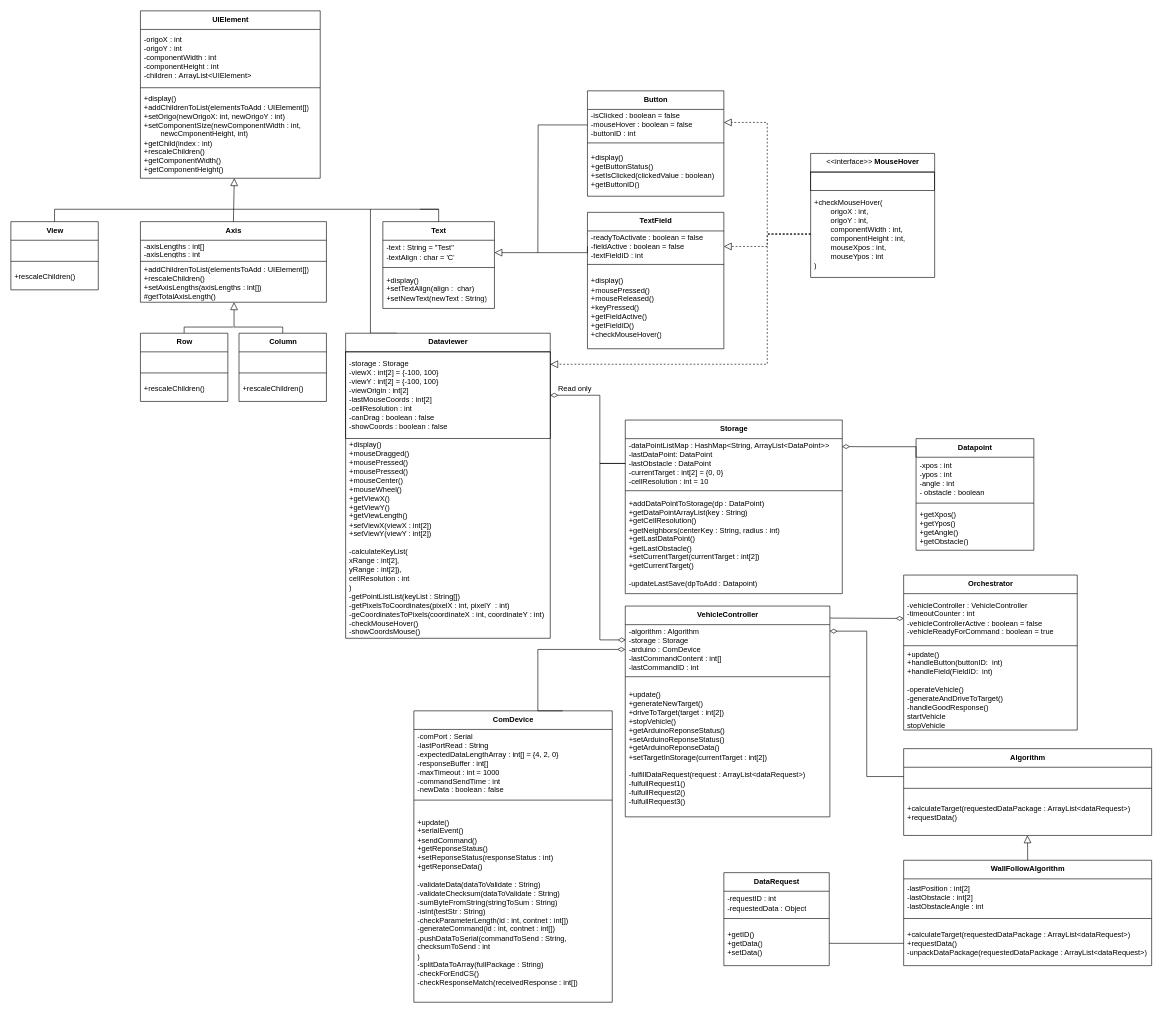
Jako0402/Eksamensprojekt-elteknik keeps this draw.io diagram as page "UML" (4 of 4) of Andet/eksamensprojekt.drawio. Above is the earlier version. Source tidied: cells renumbered, new cells numbered last; positions are measured from the earlier drawing's top-left corner, leaving out a move shared by most shapes. Both pictures are drawn from the tidied source at 62%, with x=0, y=0 at pixel (11, 11).
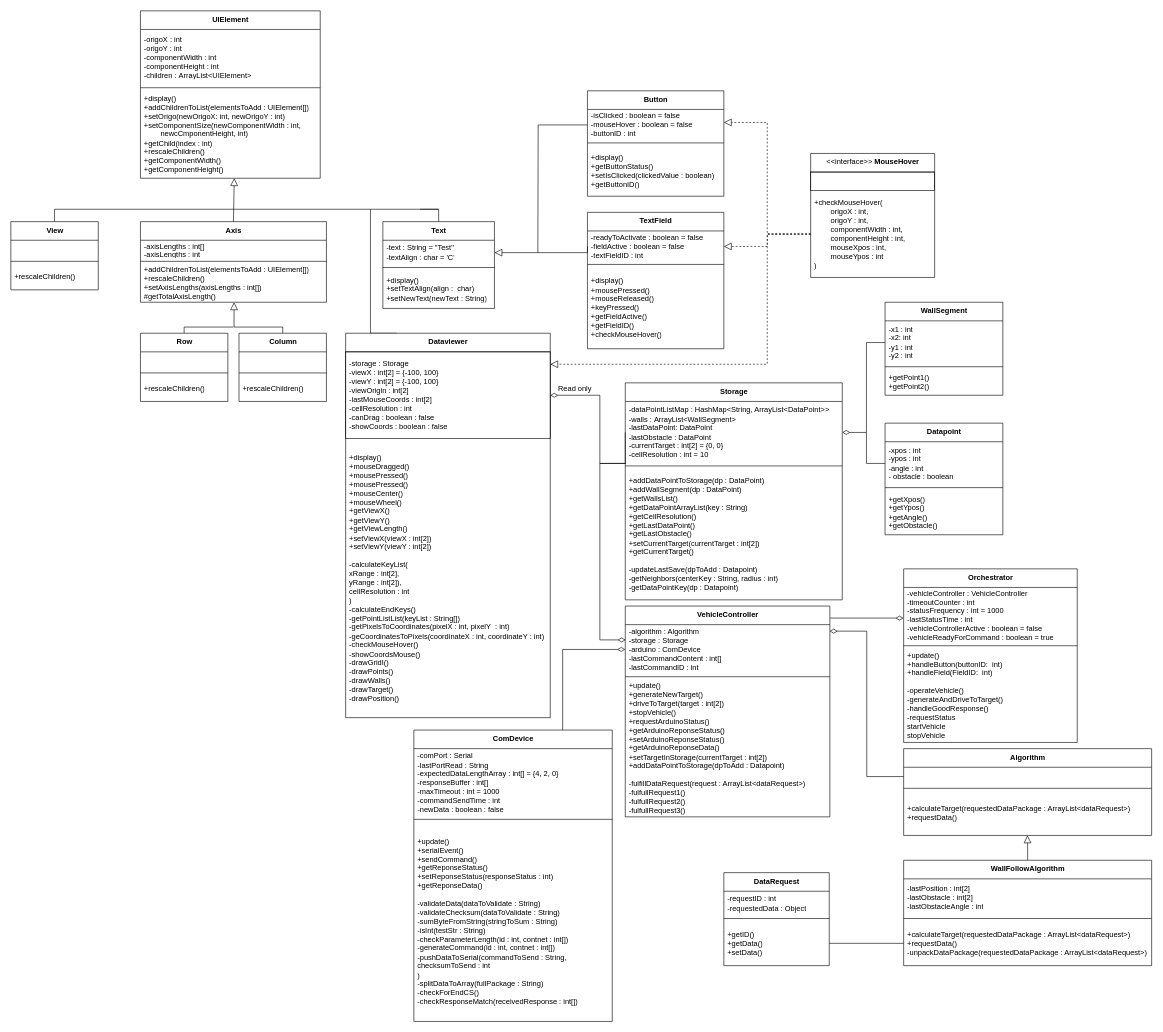
The same diagram, later.

Unchanged cells that the change refers to:
```xml
<mxCell id="45" value="-storage : Storage&lt;br&gt;-viewX : int[2] = {-100, 100}&lt;br&gt;-viewY : int[2] = {-100, 100}&lt;br&gt;-viewOrigin : int[2]&lt;br&gt;-lastMouseCoords : int[2]&lt;br&gt;-cellResolution : int&lt;br&gt;-canDrag : boolean : false&lt;br&gt;-showCoords : boolean : false" style="text;html=1;strokeColor=default;fillColor=none;align=left;verticalAlign=middle;spacingLeft=4;spacingRight=4;overflow=hidden;points=[[0,0.5],[1,0.5]];portConstraint=eastwest;" parent="44" vertex="1">
  <mxGeometry y="30" width="330" height="140" as="geometry" />
</mxCell>
<mxCell id="48" value="&lt;b&gt;VehicleController&lt;/b&gt;" style="swimlane;fontStyle=0;align=center;verticalAlign=top;horizontal=1;startSize=30;html=1;" parent="1" vertex="1">
  <mxGeometry x="991" y="960" width="330" height="340" as="geometry" />
</mxCell>
<mxCell id="49" value="-algorithm : Algorithm&lt;br&gt;-storage : Storage&lt;br&gt;-arduino : ComDevice&lt;br&gt;-lastCommandContent : int[]&lt;br&gt;-lastCommandID : int" style="text;html=1;strokeColor=none;fillColor=none;align=left;verticalAlign=middle;spacingLeft=4;spacingRight=4;overflow=hidden;points=[[0,0.5],[1,0.5]];portConstraint=eastwest;" parent="48" vertex="1">
  <mxGeometry y="30" width="330" height="80" as="geometry" />
</mxCell>
<mxCell id="60" value="-xpos : int&lt;br&gt;-ypos : int&lt;br&gt;-angle : int&lt;br&gt;-&amp;nbsp;obstacle : boolean" style="text;html=1;strokeColor=none;fillColor=none;align=left;verticalAlign=middle;spacingLeft=4;spacingRight=4;overflow=hidden;points=[[0,0.5],[1,0.5]];portConstraint=eastwest;" parent="59" vertex="1">
  <mxGeometry y="30" width="190" height="70" as="geometry" />
</mxCell>
```

What changed in the source:
```diff
@@
     <mxCell id="39" value="&lt;b&gt;Orchestrator&lt;/b&gt;" style="swimlane;fontStyle=0;align=center;verticalAlign=top;horizontal=1;startSize=30;html=1;" parent="1" vertex="1">
-      <mxGeometry x="1440" y="910" width="280" height="250" as="geometry" />
+      <mxGeometry x="1440" y="900" width="280" height="280" as="geometry" />
     </mxCell>
-    <mxCell id="40" value="-vehicleController : VehicleController&lt;br&gt;-timeoutCounter : int&lt;br&gt;-vehicleControllerActive : boolean = false&lt;br&gt;-vehicleReadyForCommand : boolean = true" style="text;html=1;strokeColor=none;fillColor=none;align=left;verticalAlign=middle;spacingLeft=4;spacingRight=4;overflow=hidden;points=[[0,0.5],[1,0.5]];portConstraint=eastwest;" parent="39" vertex="1">
-      <mxGeometry y="30" width="280" height="80" as="geometry" />
+    <mxCell id="40" value="-vehicleController : VehicleController&lt;br&gt;-timeoutCounter : int&lt;br&gt;-statusFrequency : int = 1000&lt;br&gt;-lastStatusTime : int&lt;br&gt;-vehicleControllerActive : boolean = false&lt;br&gt;-vehicleReadyForCommand : boolean = true" style="text;html=1;strokeColor=none;fillColor=none;align=left;verticalAlign=middle;spacingLeft=4;spacingRight=4;overflow=hidden;points=[[0,0.5],[1,0.5]];portConstraint=eastwest;" parent="39" vertex="1">
+      <mxGeometry y="30" width="280" height="90" as="geometry" />
     </mxCell>
     <mxCell id="41" style="line;strokeWidth=1;fillColor=none;align=left;verticalAlign=middle;spacingTop=-1;spacingLeft=3;spacingRight=3;labelPosition=right;" parent="39" vertex="1">
-      <mxGeometry y="110" width="280" height="8" as="geometry" />
+      <mxGeometry y="120" width="280" height="8" as="geometry" />
     </mxCell>
-    <mxCell id="42" value="+update()&lt;br&gt;+handleButton(buttonID:&amp;nbsp; int)&lt;br&gt;+handleField(FieldID:&amp;nbsp; int)&lt;br&gt;&lt;br&gt;-operateVehicle()&lt;br&gt;-generateAndDriveToTarget()&lt;br&gt;-handleGoodResponse()&lt;br&gt;startVehicle&lt;br&gt;stopVehicle" style="text;html=1;strokeColor=none;fillColor=none;align=left;verticalAlign=middle;spacingLeft=4;spacingRight=4;overflow=hidden;" parent="39" vertex="1">
-      <mxGeometry y="118" width="280" height="132" as="geometry" />
+    <mxCell id="42" value="+update()&lt;br&gt;+handleButton(buttonID:&amp;nbsp; int)&lt;br&gt;+handleField(FieldID:&amp;nbsp; int)&lt;br&gt;&lt;br&gt;-operateVehicle()&lt;br&gt;-generateAndDriveToTarget()&lt;br&gt;-handleGoodResponse()&lt;br&gt;-requestStatus&lt;br&gt;startVehicle&lt;br&gt;stopVehicle" style="text;html=1;strokeColor=none;fillColor=none;align=left;verticalAlign=middle;spacingLeft=4;spacingRight=4;overflow=hidden;" parent="39" vertex="1">
+      <mxGeometry y="128" width="280" height="152" as="geometry" />
     </mxCell>
@@
     <mxCell id="44" value="&lt;b&gt;Dataviewer&lt;/b&gt;" style="swimlane;fontStyle=0;align=center;verticalAlign=top;horizontal=1;startSize=30;html=1;" parent="1" vertex="1">
-      <mxGeometry x="540" y="520" width="330" height="492" as="geometry" />
+      <mxGeometry x="540" y="520" width="330" height="620" as="geometry" />
     </mxCell>
@@
-    <mxCell id="46" value="+display()&lt;br&gt;+mouseDragged()&lt;br&gt;+mousePressed()&lt;br&gt;+mousePressed()&lt;br&gt;+mouseCenter()&lt;br&gt;+mouseWheel()&lt;br&gt;+getViewX()&lt;br&gt;+getViewY()&lt;br&gt;+getViewLength()&lt;br&gt;+setViewX(viewX : int[2])&lt;br&gt;+setViewY(viewY : int[2])&lt;br&gt;&lt;br&gt;-calculateKeyList(&lt;br&gt;&lt;span&gt;&#9;&lt;/span&gt;xRange : int[2], &lt;br&gt;&lt;span&gt;&#9;&lt;/span&gt;&lt;span&gt;&#9;&lt;/span&gt;&lt;span&gt;&#9;&lt;/span&gt;yRange : int[2]),&lt;br&gt;&lt;span&gt;&#9;&lt;/span&gt;&lt;span&gt;&#9;&lt;/span&gt;&lt;span&gt;&#9;&lt;/span&gt;cellResolution : int&lt;br&gt;)&lt;br&gt;-getPointListList(keyList : String[])&lt;br&gt;-getPixelsToCoordinates(pixelX : int, pixelY&amp;nbsp; : int)&lt;br&gt;-geCoordinatesToPixels(coordinateX : int, coordinateY : int)&lt;br&gt;-checkMouseHover()&lt;br&gt;-showCoordsMouse()" style="text;html=1;strokeColor=none;fillColor=none;align=left;verticalAlign=middle;spacingLeft=4;spacingRight=4;overflow=hidden;" parent="44" vertex="1">
-      <mxGeometry y="170" width="330" height="322" as="geometry" />
+    <mxCell id="46" value="+display()&lt;br&gt;+mouseDragged()&lt;br&gt;+mousePressed()&lt;br&gt;+mousePressed()&lt;br&gt;+mouseCenter()&lt;br&gt;+mouseWheel()&lt;br&gt;+getViewX()&lt;br&gt;+getViewY()&lt;br&gt;+getViewLength()&lt;br&gt;+setViewX(viewX : int[2])&lt;br&gt;+setViewY(viewY : int[2])&lt;br&gt;&lt;br&gt;-calculateKeyList(&lt;br&gt;&lt;span&gt;&#9;&lt;/span&gt;xRange : int[2], &lt;br&gt;&lt;span&gt;&#9;&lt;/span&gt;&lt;span&gt;&#9;&lt;/span&gt;&lt;span&gt;&#9;&lt;/span&gt;yRange : int[2]),&lt;br&gt;&lt;span&gt;&#9;&lt;/span&gt;&lt;span&gt;&#9;&lt;/span&gt;&lt;span&gt;&#9;&lt;/span&gt;cellResolution : int&lt;br&gt;)&lt;br&gt;-calculateEndKeys()&lt;br&gt;-getPointListList(keyList : String[])&lt;br&gt;-getPixelsToCoordinates(pixelX : int, pixelY&amp;nbsp; : int)&lt;br&gt;-geCoordinatesToPixels(coordinateX : int, coordinateY : int)&lt;br&gt;-checkMouseHover()&lt;br&gt;-showCoordsMouse()&lt;br&gt;-drawGridI()&lt;br&gt;-drawPoints()&lt;br&gt;-drawWalls()&lt;br&gt;-drawTarget()&lt;br&gt;-drawPosition()" style="text;html=1;strokeColor=none;fillColor=none;align=left;verticalAlign=middle;spacingLeft=4;spacingRight=4;overflow=hidden;" parent="44" vertex="1">
+      <mxGeometry y="170" width="330" height="450" as="geometry" />
     </mxCell>
@@
-    <mxCell id="51" value="+update()&lt;br&gt;+generateNewTarget()&lt;br&gt;+driveToTarget(target : int[2])&lt;br&gt;+stopVehicle()&lt;br&gt;+getArduinoReponseStatus()&lt;br&gt;+setArduinoReponseStatus()&lt;br&gt;+getArduinoReponseData()&lt;br&gt;+setTargetInStorage(currentTarget : int[2])&lt;br&gt;&lt;br&gt;-fulfillDataRequest(request : ArrayList&amp;lt;dataRequest&amp;gt;)&lt;br&gt;-fulfullRequest1()&lt;br&gt;-fulfullRequest2()&lt;br&gt;-fulfullRequest3()&lt;br&gt;" style="text;html=1;strokeColor=none;fillColor=none;align=left;verticalAlign=middle;spacingLeft=4;spacingRight=4;overflow=hidden;" parent="48" vertex="1">
+    <mxCell id="51" value="+update()&lt;br&gt;+generateNewTarget()&lt;br&gt;+driveToTarget(target : int[2])&lt;br&gt;+stopVehicle()&lt;br&gt;+requestArduinoStatus()&lt;br&gt;+getArduinoReponseStatus()&lt;br&gt;+setArduinoReponseStatus()&lt;br&gt;+getArduinoReponseData()&lt;br&gt;+setTargetInStorage(currentTarget : int[2])&lt;br&gt;+addDataPointToStorage(dpToAdd : Datapoint)&lt;br&gt;&lt;br&gt;-fulfillDataRequest(request : ArrayList&amp;lt;dataRequest&amp;gt;)&lt;br&gt;-fulfullRequest1()&lt;br&gt;-fulfullRequest2()&lt;br&gt;-fulfullRequest3()" style="text;html=1;strokeColor=none;fillColor=none;align=left;verticalAlign=middle;spacingLeft=4;spacingRight=4;overflow=hidden;" parent="48" vertex="1">
       <mxGeometry y="118" width="330" height="222" as="geometry" />
     </mxCell>
-    <mxCell id="52" style="endArrow=diamondThin;html=1;rounded=0;endSize=10;strokeWidth=1;jumpSize=6;entryX=0;entryY=0.5;entryDx=0;entryDy=0;exitX=1.001;exitY=0.057;exitDx=0;exitDy=0;endFill=0;exitPerimeter=0;" parent="1" edge="1" source="48" target="40">
+    <mxCell id="52" style="endArrow=diamondThin;html=1;rounded=0;endSize=10;strokeWidth=1;jumpSize=6;entryX=-0.001;entryY=0.549;entryDx=0;entryDy=0;exitX=1.001;exitY=0.057;exitDx=0;exitDy=0;endFill=0;exitPerimeter=0;entryPerimeter=0;" parent="1" edge="1" source="48" target="40">
       <mxGeometry relative="1" as="geometry" />
     </mxCell>
     <mxCell id="53" value="&lt;b&gt;Storage&lt;/b&gt;" style="swimlane;fontStyle=0;align=center;verticalAlign=top;horizontal=1;startSize=30;html=1;" parent="1" vertex="1">
-      <mxGeometry x="991" y="660" width="350" height="280" as="geometry" />
+      <mxGeometry x="991" y="600" width="350" height="350" as="geometry" />
     </mxCell>
-    <mxCell id="54" value="-dataPointListMap : HashMap&amp;lt;String, ArrayList&amp;lt;DataPoint&amp;gt;&amp;gt;&lt;br&gt;-lastDataPoint: DataPoint&lt;br&gt;-lastObstacle : DataPoint&lt;br&gt;-currentTarget : int[2] = {0, 0}&lt;br&gt;-cellResolution : int = 10" style="text;html=1;strokeColor=none;fillColor=none;align=left;verticalAlign=middle;spacingLeft=4;spacingRight=4;overflow=hidden;points=[[0,0.5],[1,0.5]];portConstraint=eastwest;" parent="53" vertex="1">
-      <mxGeometry y="30" width="350" height="80" as="geometry" />
+    <mxCell id="54" value="-dataPointListMap : HashMap&amp;lt;String, ArrayList&amp;lt;DataPoint&amp;gt;&amp;gt;&lt;br&gt;-walls :&amp;nbsp;ArrayList&amp;lt;WallSegment&amp;gt;&lt;br&gt;-lastDataPoint: DataPoint&lt;br&gt;-lastObstacle : DataPoint&lt;br&gt;-currentTarget : int[2] = {0, 0}&lt;br&gt;-cellResolution : int = 10" style="text;html=1;strokeColor=none;fillColor=none;align=left;verticalAlign=middle;spacingLeft=4;spacingRight=4;overflow=hidden;points=[[0,0.5],[1,0.5]];portConstraint=eastwest;" parent="53" vertex="1">
+      <mxGeometry y="30" width="350" height="100" as="geometry" />
     </mxCell>
     <mxCell id="55" style="line;strokeWidth=1;fillColor=none;align=left;verticalAlign=middle;spacingTop=-1;spacingLeft=3;spacingRight=3;labelPosition=right;" parent="53" vertex="1">
-      <mxGeometry y="110" width="350" height="8" as="geometry" />
+      <mxGeometry y="130" width="350" height="8" as="geometry" />
     </mxCell>
-    <mxCell id="56" value="+addDataPointToStorage(dp : DataPoint)&lt;br&gt;+getDataPointArrayList(key : String)&lt;br&gt;+getCellResolution()&lt;br&gt;+getNeighbors(centerKey : String, radius : int)&lt;br&gt;+getLastDataPoint()&lt;br&gt;+getLastObstacle()&lt;br&gt;+setCurrentTarget(currentTarget : int[2])&lt;br&gt;+getCurrentTarget()&lt;br&gt;&lt;br&gt;-updateLastSave(dpToAdd : Datapoint)" style="text;html=1;strokeColor=none;fillColor=none;align=left;verticalAlign=middle;spacingLeft=4;spacingRight=4;overflow=hidden;" parent="53" vertex="1">
-      <mxGeometry y="118" width="350" height="162" as="geometry" />
+    <mxCell id="56" value="+addDataPointToStorage(dp : DataPoint)&lt;br&gt;+addWallSegment(dp : DataPoint)&lt;br&gt;+getWallsList()&lt;br&gt;+getDataPointArrayList(key : String)&lt;br&gt;+getCellResolution()&lt;br&gt;+getLastDataPoint()&lt;br&gt;+getLastObstacle()&lt;br&gt;+setCurrentTarget(currentTarget : int[2])&lt;br&gt;+getCurrentTarget()&lt;br&gt;&lt;br&gt;-updateLastSave(dpToAdd : Datapoint)&lt;br&gt;-getNeighbors(centerKey : String, radius : int)&lt;br&gt;-getDataPointKey(dp : Datapoint)" style="text;html=1;strokeColor=none;fillColor=none;align=left;verticalAlign=middle;spacingLeft=4;spacingRight=4;overflow=hidden;" parent="53" vertex="1">
+      <mxGeometry y="138" width="350" height="212" as="geometry" />
     </mxCell>
@@
-    <mxCell id="58" style="endArrow=diamondThin;html=1;rounded=0;endSize=10;strokeWidth=1;jumpSize=6;entryX=1;entryY=0.5;entryDx=0;entryDy=0;endFill=0;exitX=0;exitY=0.5;exitDx=0;exitDy=0;" parent="1" edge="1" source="54" target="45">
+    <mxCell id="58" style="endArrow=diamondThin;html=1;rounded=0;endSize=10;strokeWidth=1;jumpSize=6;entryX=1;entryY=0.5;entryDx=0;entryDy=0;endFill=0;exitX=0.003;exitY=0.999;exitDx=0;exitDy=0;exitPerimeter=0;" parent="1" edge="1" source="54" target="45">
       <mxGeometry relative="1" as="geometry">
         <Array as="points">
           <mxPoint x="950" y="730" />
           <mxPoint x="950" y="620" />
         </Array>
       </mxGeometry>
     </mxCell>
     <mxCell id="59" value="&lt;b&gt;Datapoint&lt;/b&gt;" style="swimlane;fontStyle=0;align=center;verticalAlign=top;horizontal=1;startSize=30;html=1;" parent="1" vertex="1">
-      <mxGeometry x="1460" y="690" width="190" height="180" as="geometry" />
+      <mxGeometry x="1410" y="665" width="190" height="180" as="geometry" />
     </mxCell>
@@
-    <mxCell id="63" style="edgeStyle=orthogonalEdgeStyle;rounded=0;jumpSize=6;jettySize=auto;html=1;endArrow=diamondThin;endFill=0;endSize=10;strokeWidth=1;entryX=0.999;entryY=0.159;entryDx=0;entryDy=0;entryPerimeter=0;" parent="1" edge="1" source="60" target="54">
-      <mxGeometry relative="1" as="geometry">
-        <Array as="points">
-          <mxPoint x="1460" y="703" />
-          <mxPoint x="1370" y="703" />
-        </Array>
-      </mxGeometry>
-    </mxCell>
     <mxCell id="64" value="&lt;b&gt;ComDevice&lt;/b&gt;" style="swimlane;fontStyle=0;align=center;verticalAlign=top;horizontal=1;startSize=30;html=1;" parent="1" vertex="1">
-      <mxGeometry x="650" y="1129" width="320" height="470" as="geometry" />
+      <mxGeometry x="650" y="1160" width="320" height="470" as="geometry" />
     </mxCell>
@@
     <mxCell id="68" style="edgeStyle=orthogonalEdgeStyle;rounded=0;jumpSize=6;jettySize=auto;html=1;exitX=0.75;exitY=0;exitDx=0;exitDy=0;entryX=0;entryY=0.5;entryDx=0;entryDy=0;endArrow=diamondThin;endFill=0;endSize=10;strokeWidth=1;" parent="1" edge="1" source="64" target="49">
       <mxGeometry relative="1" as="geometry">
         <Array as="points">
-          <mxPoint x="850" y="1129" />
-          <mxPoint x="850" y="1030" />
+          <mxPoint x="890" y="1030" />
         </Array>
       </mxGeometry>
     </mxCell>
@@
+    <mxCell id="93" value="&lt;b&gt;WallSegment&lt;/b&gt;" style="swimlane;fontStyle=0;align=center;verticalAlign=top;horizontal=1;startSize=30;html=1;" parent="1" vertex="1">
+      <mxGeometry x="1410" y="470" width="190" height="150" as="geometry" />
+    </mxCell>
+    <mxCell id="94" value="-x1 : int&lt;br&gt;-x2: int&lt;br&gt;-y1 : int&lt;br&gt;-y2 : int" style="text;html=1;strokeColor=none;fillColor=none;align=left;verticalAlign=middle;spacingLeft=4;spacingRight=4;overflow=hidden;points=[[0,0.5],[1,0.5]];portConstraint=eastwest;" parent="93" vertex="1">
+      <mxGeometry y="30" width="190" height="70" as="geometry" />
+    </mxCell>
+    <mxCell id="95" style="line;strokeWidth=1;fillColor=none;align=left;verticalAlign=middle;spacingTop=-1;spacingLeft=3;spacingRight=3;labelPosition=right;" parent="93" vertex="1">
+      <mxGeometry y="100" width="190" height="8" as="geometry" />
+    </mxCell>
+    <mxCell id="96" value="+getPoint1()&lt;br&gt;+getPoint2()" style="text;html=1;strokeColor=none;fillColor=none;align=left;verticalAlign=middle;spacingLeft=4;spacingRight=4;overflow=hidden;" parent="93" vertex="1">
+      <mxGeometry y="108" width="190" height="42" as="geometry" />
+    </mxCell>
+    <mxCell id="63" style="edgeStyle=orthogonalEdgeStyle;rounded=0;jettySize=auto;html=1;exitX=0;exitY=0.5;exitDx=0;exitDy=0;entryX=1;entryY=0.5;entryDx=0;entryDy=0;endArrow=diamondThin;endFill=0;endSize=10;" parent="1" edge="1" source="60" target="54">
+      <mxGeometry relative="1" as="geometry">
+        <Array as="points">
+          <mxPoint x="1380" y="730" />
+          <mxPoint x="1380" y="680" />
+        </Array>
+      </mxGeometry>
+    </mxCell>
+    <mxCell id="97" style="edgeStyle=orthogonalEdgeStyle;rounded=0;jettySize=auto;html=1;exitX=0;exitY=0.5;exitDx=0;exitDy=0;endArrow=none;endFill=0;" parent="1" edge="1" source="94">
+      <mxGeometry relative="1" as="geometry">
+        <mxPoint x="1380" y="680" as="targetPoint" />
+        <Array as="points">
+          <mxPoint x="1380" y="535" />
+        </Array>
+      </mxGeometry>
+    </mxCell>
```
